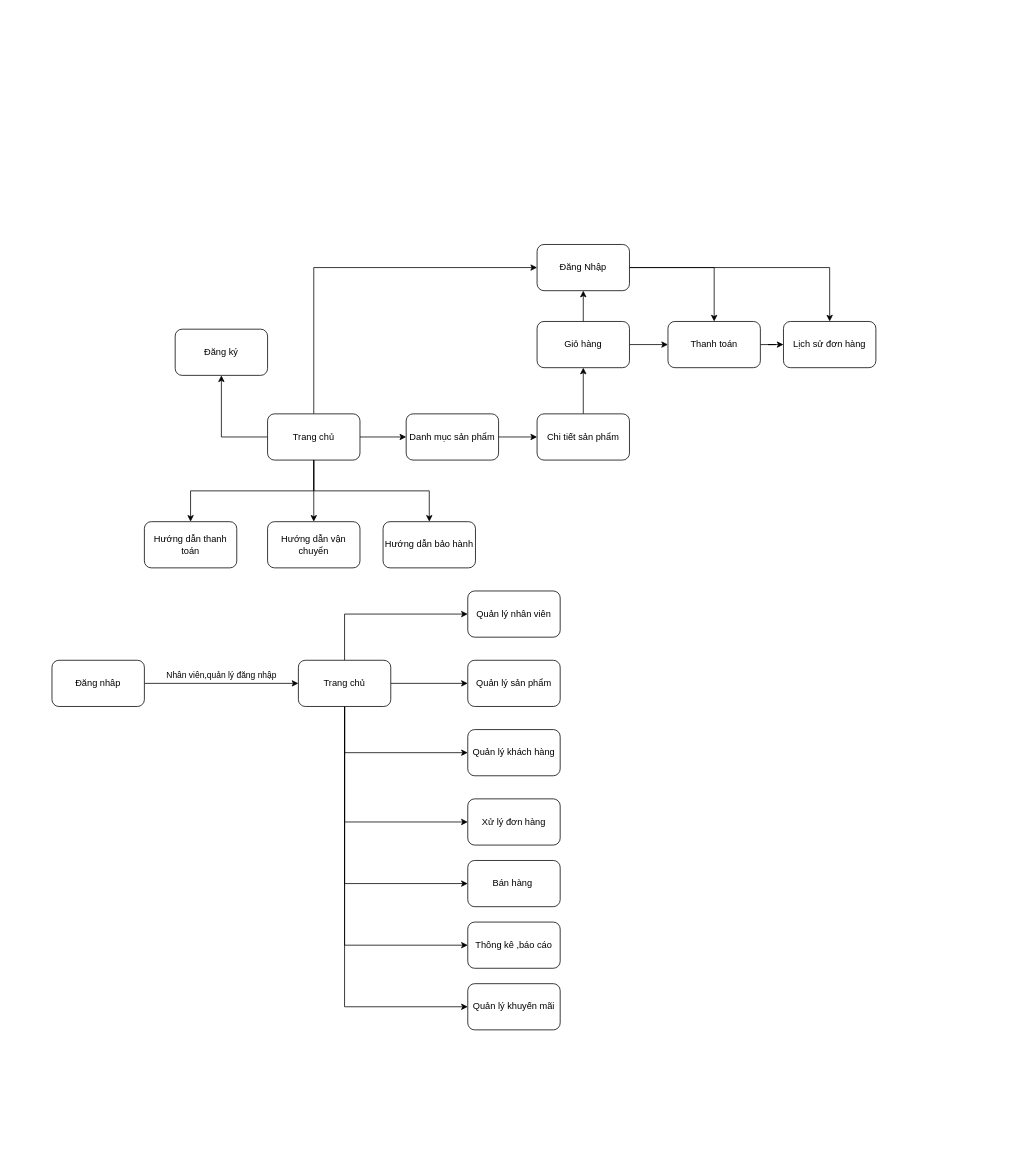
The draw.io diagram Báo Cáo/SơĐồLuồngMànHình.drawio in hoangtuandrive/GearVM, before the edit. Source tidied: cells renumbered, new cells numbered last; positions are measured from the earlier drawing's top-left corner, leaving out a move shared by most shapes. Both pictures are drawn from the tidied source at 77%, with x=0, y=0 at pixel (52, 244).
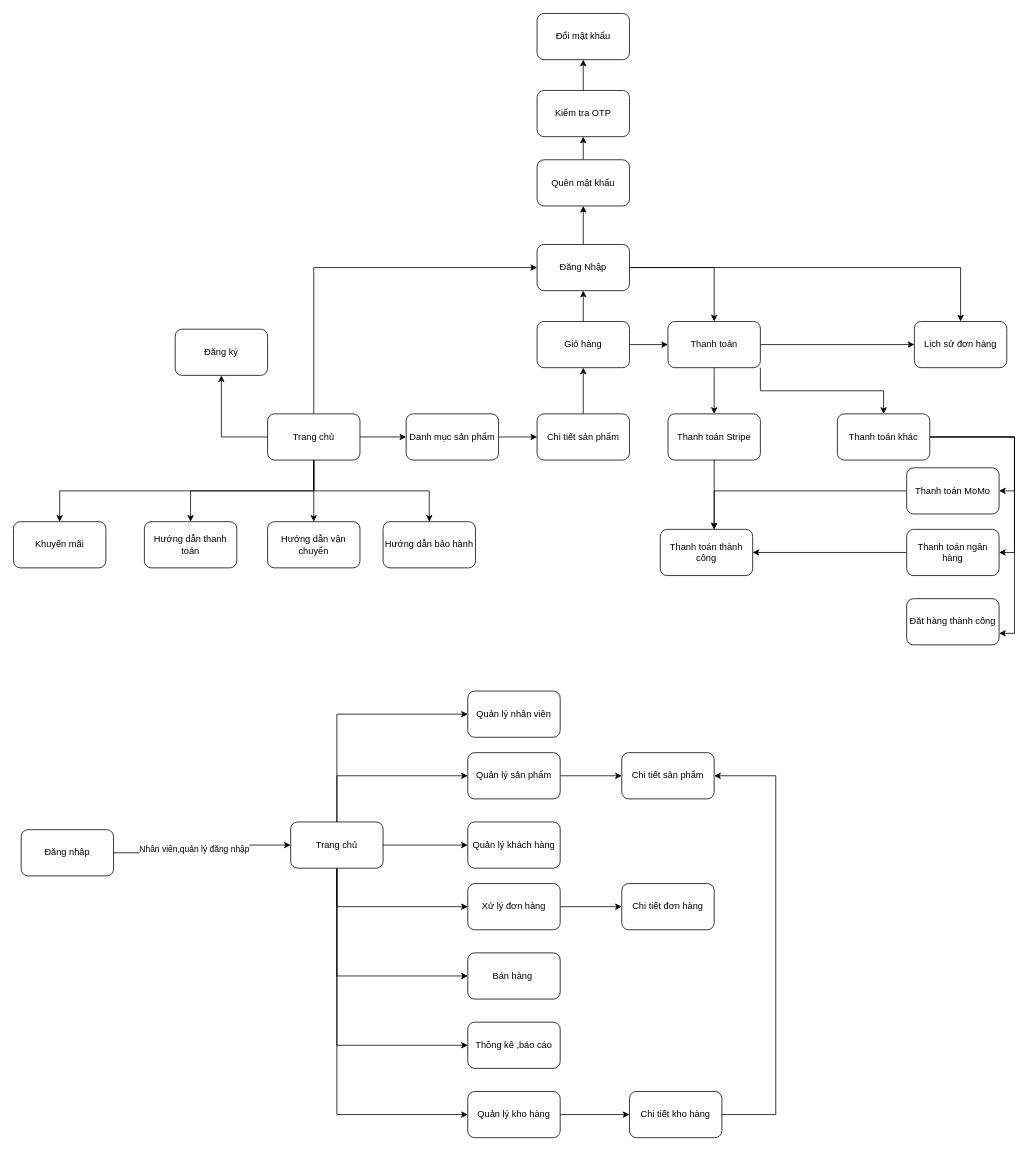
After the change.

The change refers to these unchanged cells:
```xml
<mxCell id="8" value="Trang chủ" style="rounded=1;whiteSpace=wrap;html=1;" parent="1" vertex="1">
  <mxGeometry x="280" y="220" width="120" height="60" as="geometry" />
</mxCell>
<mxCell id="11" value="Đăng Nhập" style="rounded=1;whiteSpace=wrap;html=1;" parent="1" vertex="1">
  <mxGeometry x="630" width="120" height="60" as="geometry" />
</mxCell>
<mxCell id="19" value="Thanh toán" style="rounded=1;whiteSpace=wrap;html=1;" parent="1" vertex="1">
  <mxGeometry x="800" y="100" width="120" height="60" as="geometry" />
</mxCell>
```

What changed in the source:
```diff
@@
+    <mxCell id="43" style="edgeStyle=orthogonalEdgeStyle;rounded=0;jettySize=auto;html=1;" parent="1" edge="1" source="8" target="70">
+      <mxGeometry relative="1" as="geometry">
+        <Array as="points">
+          <mxPoint x="340" y="320" />
+          <mxPoint x="10" y="320" />
+        </Array>
+      </mxGeometry>
+    </mxCell>
@@
+    <mxCell id="44" style="edgeStyle=orthogonalEdgeStyle;rounded=0;jettySize=auto;html=1;exitX=0.5;exitY=0;exitDx=0;exitDy=0;entryX=0.5;entryY=1;entryDx=0;entryDy=0;" parent="1" edge="1" source="11" target="66">
+      <mxGeometry relative="1" as="geometry" />
+    </mxCell>
@@
+    <mxCell id="45" style="edgeStyle=orthogonalEdgeStyle;rounded=0;jettySize=auto;html=1;exitX=0.5;exitY=1;exitDx=0;exitDy=0;" parent="1" edge="1" source="19" target="51">
+      <mxGeometry relative="1" as="geometry" />
+    </mxCell>
+    <mxCell id="46" style="edgeStyle=orthogonalEdgeStyle;rounded=0;jettySize=auto;html=1;exitX=1;exitY=1;exitDx=0;exitDy=0;entryX=0.5;entryY=0;entryDx=0;entryDy=0;" parent="1" edge="1" source="19" target="55">
+      <mxGeometry relative="1" as="geometry" />
+    </mxCell>
@@
     <mxCell id="20" value="Lịch sử đơn hàng" style="rounded=1;whiteSpace=wrap;html=1;" parent="1" vertex="1">
-      <mxGeometry x="950" y="100" width="120" height="60" as="geometry" />
+      <mxGeometry x="1120" y="100" width="120" height="60" as="geometry" />
     </mxCell>
@@
     <mxCell id="27" value="Đăng nhâp" style="rounded=1;whiteSpace=wrap;html=1;" parent="1" vertex="1">
-      <mxGeometry y="540" width="120" height="60" as="geometry" />
+      <mxGeometry x="-40" y="760" width="120" height="60" as="geometry" />
     </mxCell>
@@
     <mxCell id="29" style="edgeStyle=orthogonalEdgeStyle;rounded=0;jettySize=auto;html=1;exitX=1;exitY=0.5;exitDx=0;exitDy=0;entryX=0;entryY=0.5;entryDx=0;entryDy=0;" parent="1" edge="1" source="35" target="37">
-      <mxGeometry relative="1" as="geometry" />
+      <mxGeometry relative="1" as="geometry">
+        <Array as="points">
+          <mxPoint x="370" y="780" />
+          <mxPoint x="370" y="690" />
+        </Array>
+      </mxGeometry>
     </mxCell>
     <mxCell id="30" style="edgeStyle=orthogonalEdgeStyle;rounded=0;jettySize=auto;html=1;exitX=0.5;exitY=1;exitDx=0;exitDy=0;entryX=0;entryY=0.5;entryDx=0;entryDy=0;" parent="1" edge="1" source="35" target="38">
-      <mxGeometry relative="1" as="geometry" />
+      <mxGeometry relative="1" as="geometry">
+        <Array as="points">
+          <mxPoint x="370" y="780" />
+        </Array>
+      </mxGeometry>
     </mxCell>
@@
     <mxCell id="35" value="Trang chủ" style="rounded=1;whiteSpace=wrap;html=1;" parent="1" vertex="1">
-      <mxGeometry x="320" y="540" width="120" height="60" as="geometry" />
+      <mxGeometry x="310" y="750" width="120" height="60" as="geometry" />
     </mxCell>
     <mxCell id="36" value="Quản lý nhân viên" style="rounded=1;whiteSpace=wrap;html=1;" parent="1" vertex="1">
-      <mxGeometry x="540" y="450" width="120" height="60" as="geometry" />
+      <mxGeometry x="540" y="580" width="120" height="60" as="geometry" />
     </mxCell>
+    <mxCell id="47" style="edgeStyle=orthogonalEdgeStyle;rounded=0;jettySize=auto;html=1;exitX=1;exitY=0.5;exitDx=0;exitDy=0;entryX=0;entryY=0.5;entryDx=0;entryDy=0;" parent="1" edge="1" source="37" target="61">
+      <mxGeometry relative="1" as="geometry" />
+    </mxCell>
     <mxCell id="37" value="Quản lý sản phẩm" style="rounded=1;whiteSpace=wrap;html=1;" parent="1" vertex="1">
-      <mxGeometry x="540" y="540" width="120" height="60" as="geometry" />
+      <mxGeometry x="540" y="660" width="120" height="60" as="geometry" />
     </mxCell>
     <mxCell id="38" value="Quản lý khách hàng" style="rounded=1;whiteSpace=wrap;html=1;" parent="1" vertex="1">
-      <mxGeometry x="540" y="630" width="120" height="60" as="geometry" />
+      <mxGeometry x="540" y="750" width="120" height="60" as="geometry" />
     </mxCell>
+    <mxCell id="48" style="edgeStyle=orthogonalEdgeStyle;rounded=0;jettySize=auto;html=1;exitX=1;exitY=0.5;exitDx=0;exitDy=0;entryX=0;entryY=0.5;entryDx=0;entryDy=0;" parent="1" edge="1" source="39" target="62">
+      <mxGeometry relative="1" as="geometry" />
+    </mxCell>
     <mxCell id="39" value="Xử lý đơn hàng" style="rounded=1;whiteSpace=wrap;html=1;" parent="1" vertex="1">
-      <mxGeometry x="540" y="720" width="120" height="60" as="geometry" />
+      <mxGeometry x="540" y="830" width="120" height="60" as="geometry" />
     </mxCell>
     <mxCell id="40" value="Bán hàng&amp;nbsp;" style="rounded=1;whiteSpace=wrap;html=1;" parent="1" vertex="1">
-      <mxGeometry x="540" y="800" width="120" height="60" as="geometry" />
+      <mxGeometry x="540" y="920" width="120" height="60" as="geometry" />
     </mxCell>
     <mxCell id="41" value="Thông kê ,báo cáo" style="rounded=1;whiteSpace=wrap;html=1;" parent="1" vertex="1">
-      <mxGeometry x="540" y="880" width="120" height="60" as="geometry" />
+      <mxGeometry x="540" y="1010" width="120" height="60" as="geometry" />
     </mxCell>
+    <mxCell id="49" style="edgeStyle=orthogonalEdgeStyle;rounded=0;jettySize=auto;html=1;exitX=1;exitY=0.5;exitDx=0;exitDy=0;entryX=0;entryY=0.5;entryDx=0;entryDy=0;" parent="1" edge="1" source="42" target="64">
+      <mxGeometry relative="1" as="geometry" />
+    </mxCell>
-    <mxCell id="42" value="Quản lý khuyến mãi" style="rounded=1;whiteSpace=wrap;html=1;" parent="1" vertex="1">
-      <mxGeometry x="540" y="960" width="120" height="60" as="geometry" />
+    <mxCell id="42" value="Quản lý kho hàng" style="rounded=1;whiteSpace=wrap;html=1;" parent="1" vertex="1">
+      <mxGeometry x="540" y="1100" width="120" height="60" as="geometry" />
     </mxCell>
+    <mxCell id="50" style="edgeStyle=orthogonalEdgeStyle;rounded=0;jettySize=auto;html=1;exitX=0.5;exitY=1;exitDx=0;exitDy=0;" parent="1" edge="1" source="51" target="56">
+      <mxGeometry relative="1" as="geometry">
+        <Array as="points">
+          <mxPoint x="860" y="370" />
+          <mxPoint x="860" y="370" />
+        </Array>
+      </mxGeometry>
+    </mxCell>
+    <mxCell id="51" value="Thanh toán Stripe" style="rounded=1;whiteSpace=wrap;html=1;" parent="1" vertex="1">
+      <mxGeometry x="800" y="220" width="120" height="60" as="geometry" />
+    </mxCell>
+    <mxCell id="52" style="edgeStyle=orthogonalEdgeStyle;rounded=0;jettySize=auto;html=1;exitX=1;exitY=0.5;exitDx=0;exitDy=0;entryX=1;entryY=0.5;entryDx=0;entryDy=0;" parent="1" edge="1" source="55" target="58">
+      <mxGeometry relative="1" as="geometry" />
+    </mxCell>
+    <mxCell id="53" style="edgeStyle=orthogonalEdgeStyle;rounded=0;jettySize=auto;html=1;exitX=1;exitY=0.5;exitDx=0;exitDy=0;entryX=1;entryY=0.75;entryDx=0;entryDy=0;" parent="1" edge="1" source="55" target="71">
+      <mxGeometry relative="1" as="geometry" />
+    </mxCell>
+    <mxCell id="54" style="edgeStyle=orthogonalEdgeStyle;rounded=0;jettySize=auto;html=1;exitX=1;exitY=0.5;exitDx=0;exitDy=0;entryX=1;entryY=0.5;entryDx=0;entryDy=0;" parent="1" edge="1" source="55" target="60">
+      <mxGeometry relative="1" as="geometry" />
+    </mxCell>
+    <mxCell id="55" value="Thanh toán khác" style="rounded=1;whiteSpace=wrap;html=1;" parent="1" vertex="1">
+      <mxGeometry x="1020" y="220" width="120" height="60" as="geometry" />
+    </mxCell>
+    <mxCell id="56" value="Thanh toán thành công" style="rounded=1;whiteSpace=wrap;html=1;" parent="1" vertex="1">
+      <mxGeometry x="790" y="370" width="120" height="60" as="geometry" />
+    </mxCell>
+    <mxCell id="57" style="edgeStyle=orthogonalEdgeStyle;rounded=0;jettySize=auto;html=1;exitX=0;exitY=0.5;exitDx=0;exitDy=0;entryX=1;entryY=0.5;entryDx=0;entryDy=0;" parent="1" edge="1" source="58" target="56">
+      <mxGeometry relative="1" as="geometry" />
+    </mxCell>
+    <mxCell id="58" value="Thanh toán ngân hàng" style="rounded=1;whiteSpace=wrap;html=1;" parent="1" vertex="1">
+      <mxGeometry x="1110" y="370" width="120" height="60" as="geometry" />
+    </mxCell>
+    <mxCell id="59" style="edgeStyle=orthogonalEdgeStyle;rounded=0;jettySize=auto;html=1;" parent="1" edge="1" source="60" target="56">
+      <mxGeometry relative="1" as="geometry">
+        <Array as="points">
+          <mxPoint x="860" y="320" />
+        </Array>
+      </mxGeometry>
+    </mxCell>
+    <mxCell id="60" value="Thanh toán MoMo" style="rounded=1;whiteSpace=wrap;html=1;" parent="1" vertex="1">
+      <mxGeometry x="1110" y="290" width="120" height="60" as="geometry" />
+    </mxCell>
+    <mxCell id="61" value="Chi tiết sản phẩm" style="rounded=1;whiteSpace=wrap;html=1;" parent="1" vertex="1">
+      <mxGeometry x="740" y="660" width="120" height="60" as="geometry" />
+    </mxCell>
+    <mxCell id="62" value="Chi tiết đơn hàng" style="rounded=1;whiteSpace=wrap;html=1;" parent="1" vertex="1">
+      <mxGeometry x="740" y="830" width="120" height="60" as="geometry" />
+    </mxCell>
+    <mxCell id="63" style="edgeStyle=orthogonalEdgeStyle;rounded=0;jettySize=auto;html=1;exitX=1;exitY=0.5;exitDx=0;exitDy=0;entryX=1;entryY=0.5;entryDx=0;entryDy=0;" parent="1" edge="1" source="64" target="61">
+      <mxGeometry relative="1" as="geometry">
+        <Array as="points">
+          <mxPoint x="940" y="1130" />
+          <mxPoint x="940" y="690" />
+        </Array>
+      </mxGeometry>
+    </mxCell>
+    <mxCell id="64" value="Chi tiết kho hàng" style="rounded=1;whiteSpace=wrap;html=1;" parent="1" vertex="1">
+      <mxGeometry x="750" y="1100" width="120" height="60" as="geometry" />
+    </mxCell>
+    <mxCell id="65" style="edgeStyle=orthogonalEdgeStyle;rounded=0;jettySize=auto;html=1;exitX=0.5;exitY=0;exitDx=0;exitDy=0;entryX=0.5;entryY=1;entryDx=0;entryDy=0;" parent="1" edge="1" source="66" target="68">
+      <mxGeometry relative="1" as="geometry" />
+    </mxCell>
+    <mxCell id="66" value="Quên mật khẩu" style="rounded=1;whiteSpace=wrap;html=1;" parent="1" vertex="1">
+      <mxGeometry x="630" y="-110" width="120" height="60" as="geometry" />
+    </mxCell>
+    <mxCell id="67" style="edgeStyle=orthogonalEdgeStyle;rounded=0;jettySize=auto;html=1;exitX=0.5;exitY=0;exitDx=0;exitDy=0;entryX=0.5;entryY=1;entryDx=0;entryDy=0;" parent="1" edge="1" source="68" target="69">
+      <mxGeometry relative="1" as="geometry" />
+    </mxCell>
+    <mxCell id="68" value="Kiểm tra OTP" style="rounded=1;whiteSpace=wrap;html=1;" parent="1" vertex="1">
+      <mxGeometry x="630" y="-200" width="120" height="60" as="geometry" />
+    </mxCell>
+    <mxCell id="69" value="Đổi mật khẩu" style="rounded=1;whiteSpace=wrap;html=1;" parent="1" vertex="1">
+      <mxGeometry x="630" y="-300" width="120" height="60" as="geometry" />
+    </mxCell>
+    <mxCell id="70" value="Khuyến mãi" style="rounded=1;whiteSpace=wrap;html=1;" parent="1" vertex="1">
+      <mxGeometry x="-50" y="360" width="120" height="60" as="geometry" />
+    </mxCell>
+    <mxCell id="71" value="Đăt hàng thành công" style="rounded=1;whiteSpace=wrap;html=1;" parent="1" vertex="1">
+      <mxGeometry x="1110" y="460" width="120" height="60" as="geometry" />
+    </mxCell>
```
